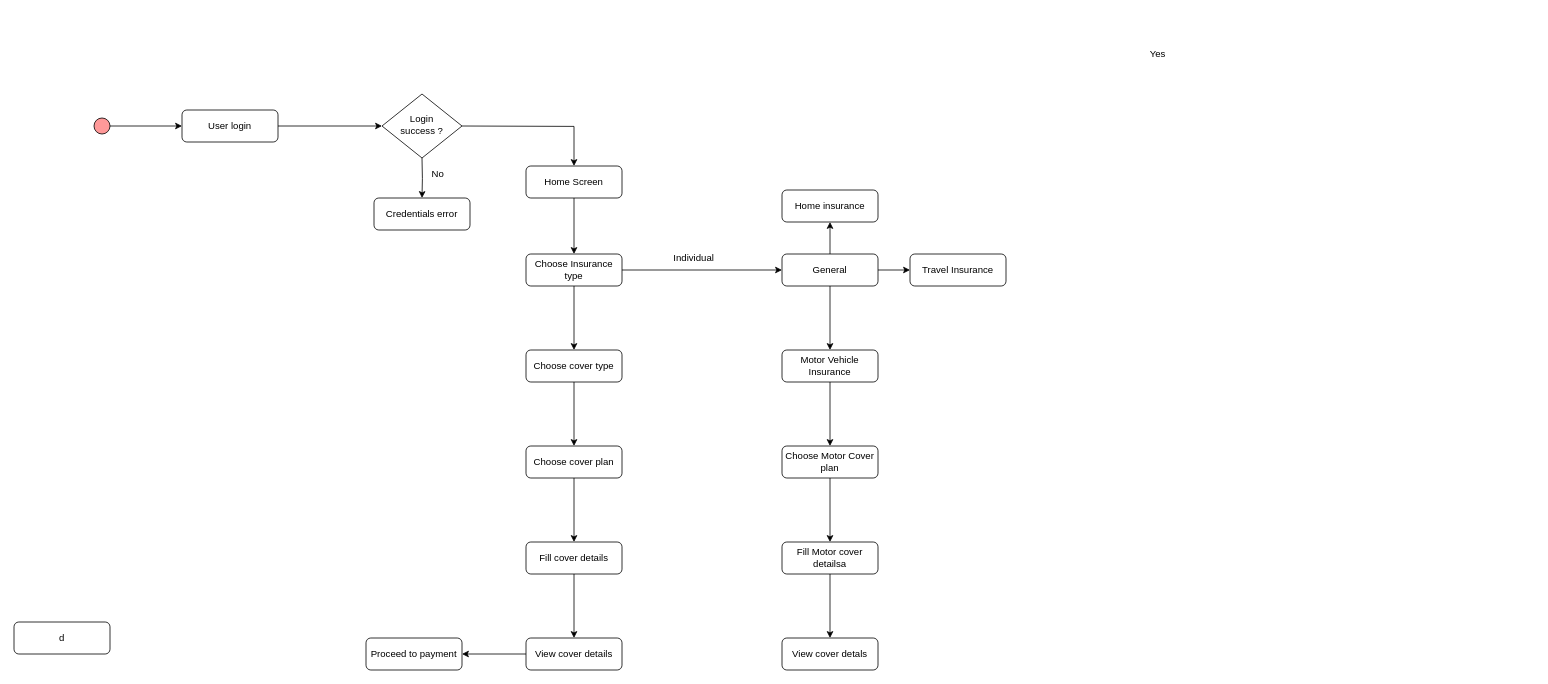
Above: Untitled Diagram.drawio in remigius974/FlutterApps (draw.io), before the change. Source tidied: cells renumbered, new cells numbered last; positions are measured from the earlier drawing's top-left corner, leaving out a move shared by most shapes. Both pictures are drawn from the tidied source at 80%, with x=0, y=0 at pixel (14, 38).
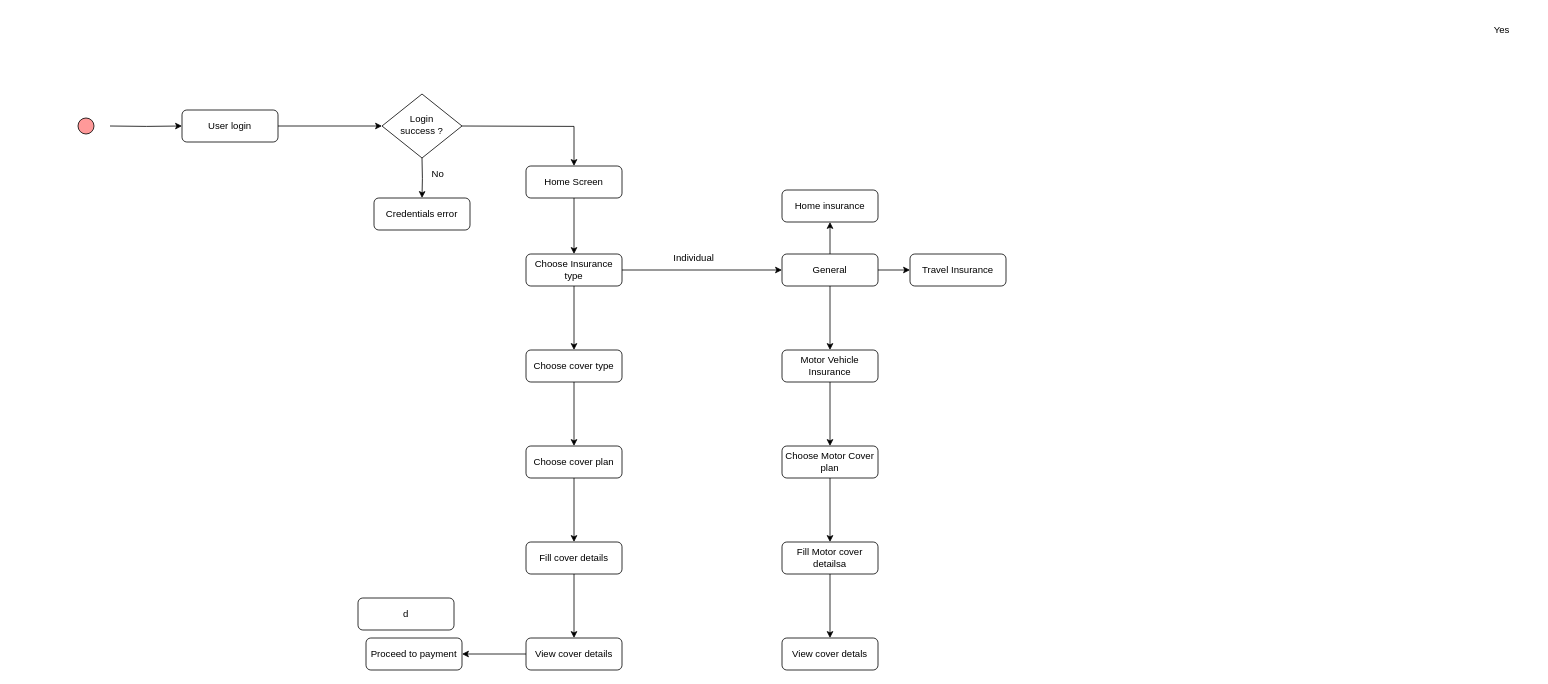
The same page after the edit.

Unchanged cells that the change refers to:
```xml
<mxCell id="3" value="User login" style="rounded=1;whiteSpace=wrap;html=1;fontSize=12;glass=0;strokeWidth=1;shadow=0;" parent="1" vertex="1">
  <mxGeometry x="210" y="90" width="120" height="40" as="geometry" />
</mxCell>
```

Change to the diagram source:
```diff
@@
-    <mxCell id="7" style="edgeStyle=orthogonalEdgeStyle;rounded=0;jettySize=auto;html=1;" parent="1" edge="1" source="8" target="3">
-      <mxGeometry relative="1" as="geometry" />
+    <mxCell id="7" style="edgeStyle=orthogonalEdgeStyle;rounded=0;jettySize=auto;html=1;" parent="1" edge="1" target="3">
+      <mxGeometry relative="1" as="geometry">
+        <mxPoint x="120" y="110" as="sourcePoint" />
+      </mxGeometry>
     </mxCell>
     <mxCell id="8" style="ellipse;whiteSpace=wrap;html=1;fillColor=#FF9999;" parent="1" vertex="1">
-      <mxGeometry x="100" y="100" width="20" height="20" as="geometry" />
+      <mxGeometry x="80" y="100" width="20" height="20" as="geometry" />
     </mxCell>
@@
     <mxCell id="14" value="Yes" style="text;strokeColor=none;align=center;fillColor=none;html=1;verticalAlign=middle;whiteSpace=wrap;rounded=0;" parent="1" vertex="1">
-      <mxGeometry x="1390" width="80" height="40" as="geometry" />
+      <mxGeometry x="1820" y="-30" width="80" height="40" as="geometry" />
     </mxCell>
@@
     <mxCell id="26" value="d" style="rounded=1;whiteSpace=wrap;html=1;fontSize=12;glass=0;strokeWidth=1;shadow=0;" parent="1" vertex="1">
-      <mxGeometry y="730" width="120" height="40" as="geometry" />
+      <mxGeometry x="430" y="700" width="120" height="40" as="geometry" />
     </mxCell>
```
